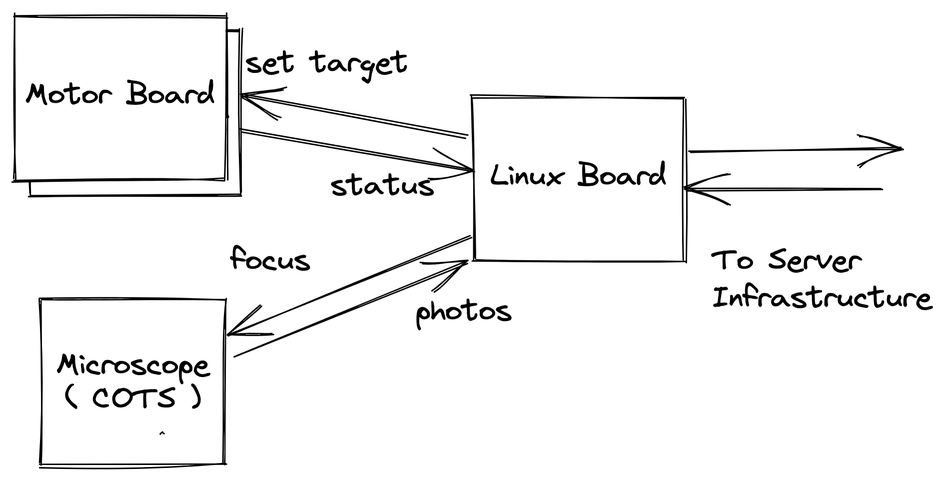
Earlier version of the Excalidraw export growth-device.excalidraw.png (alsuren/interview-2022-10-31). Source tidied: one line per element, renumbered; positions are measured from the earlier drawing's top-left corner, leaving out a move shared by most shapes. The source it was exported from:
```json
{"id": 0, "type": "rectangle", "strokeColor": "#000000", "backgroundColor": "#fff", "fillStyle": "solid", "strokeWidth": 1, "roughness": 1, "x": 10, "y": 10, "width": 140, "height": 110}
{"id": 1, "type": "text", "text": "Motor Board", "strokeColor": "#000000", "strokeWidth": 1, "roughness": 1, "fontSize": 20, "fontFamily": 1, "textAlign": "center", "verticalAlign": "middle", "inside": 0, "x": 15, "y": 52, "width": 130, "height": 25}
{"id": 2, "type": "rectangle", "strokeColor": "#000000", "backgroundColor": "#fff", "fillStyle": "solid", "strokeWidth": 1, "roughness": 1, "x": 0, "y": 0, "width": 140, "height": 110}
{"id": 3, "type": "text", "text": "Motor Board", "strokeColor": "#000000", "strokeWidth": 1, "roughness": 1, "fontSize": 20, "fontFamily": 1, "textAlign": "center", "verticalAlign": "middle", "inside": 2, "x": 5, "y": 42, "width": 130, "height": 25}
{"id": 4, "type": "text", "text": "set target", "strokeColor": "#000000", "strokeWidth": 1, "roughness": 1, "fontSize": 20, "fontFamily": 1, "x": 154, "y": 19, "width": 110, "height": 25}
{"id": 5, "type": "text", "text": "status", "strokeColor": "#000000", "strokeWidth": 1, "roughness": 1, "fontSize": 20, "fontFamily": 1, "x": 211, "y": 101, "width": 70, "height": 25}
{"id": 6, "type": "rectangle", "strokeColor": "#000000", "strokeWidth": 1, "roughness": 1, "x": 306, "y": 54, "width": 140, "height": 110}
{"id": 7, "type": "text", "text": "Linux Board", "strokeColor": "#000000", "strokeWidth": 1, "roughness": 1, "fontSize": 20, "fontFamily": 1, "textAlign": "center", "verticalAlign": "middle", "inside": 6, "x": 311, "y": 97, "width": 130, "height": 25}
{"id": 8, "type": "arrow", "strokeColor": "#000000", "strokeWidth": 1, "roughness": 1, "endArrowhead": "arrow", "from": 6, "to": 4, "x": 302, "y": 81, "width": 151, "height": 28, "points": [[0, 0], [-151, -28]]}
{"id": 9, "type": "arrow", "strokeColor": "#000000", "strokeWidth": 1, "roughness": 1, "endArrowhead": "arrow", "from": 2, "to": 6, "x": 151, "y": 77, "width": 154, "height": 26, "points": [[0, 0], [154, 26]]}
{"id": 10, "type": "rectangle", "strokeColor": "#000000", "strokeWidth": 1, "roughness": 1, "x": 17, "y": 191, "width": 123, "height": 110}
{"id": 11, "type": "text", "text": "Microscope\n( COTS )", "strokeColor": "#000000", "strokeWidth": 1, "roughness": 1, "fontSize": 20, "fontFamily": 1, "textAlign": "center", "verticalAlign": "middle", "inside": 10, "x": 22, "y": 222, "width": 113, "height": 46}
{"id": 12, "type": "arrow", "strokeColor": "#000000", "strokeWidth": 1, "roughness": 1, "endArrowhead": "arrow", "from": 6, "to": 10, "x": 304, "y": 149, "width": 161, "height": 65, "points": [[0, 0], [-161, 65]]}
{"id": 13, "type": "text", "text": "focus", "strokeColor": "#000000", "strokeWidth": 1, "roughness": 1, "fontSize": 20, "fontFamily": 1, "x": 144, "y": 151, "width": 54, "height": 25}
{"id": 14, "type": "arrow", "strokeColor": "#000000", "strokeWidth": 1, "roughness": 1, "endArrowhead": "arrow", "from": 10, "to": 6, "x": 147, "y": 228, "width": 155, "height": 63, "points": [[0, 0], [155, -63]]}
{"id": 15, "type": "text", "text": "photos", "strokeColor": "#000000", "strokeWidth": 1, "roughness": 1, "fontSize": 20, "fontFamily": 1, "x": 267, "y": 185, "width": 65, "height": 25}
{"id": 16, "type": "arrow", "strokeColor": "#000000", "strokeWidth": 1, "roughness": 1, "endArrowhead": "arrow", "from": 6, "x": 450, "y": 91, "width": 140, "height": 2, "points": [[0, 0], [140, -2]]}
{"id": 17, "type": "arrow", "strokeColor": "#000000", "strokeWidth": 1, "roughness": 1, "endArrowhead": "arrow", "to": 6, "x": 578, "y": 115, "width": 131, "height": 1, "points": [[0, 0], [-131, 1]]}
{"id": 18, "type": "text", "text": "To Server\nInfrastructure", "strokeColor": "#000000", "strokeWidth": 1, "roughness": 1, "fontSize": 20, "fontFamily": 1, "x": 465, "y": 151, "width": 147, "height": 50}
{"id": 19, "type": "arrow", "strokeColor": "#000000", "strokeWidth": 1, "roughness": 1, "endArrowhead": "arrow", "x": 99, "y": 280, "width": 0, "height": 0, "points": [[0, 0], [0, 0]]}
```
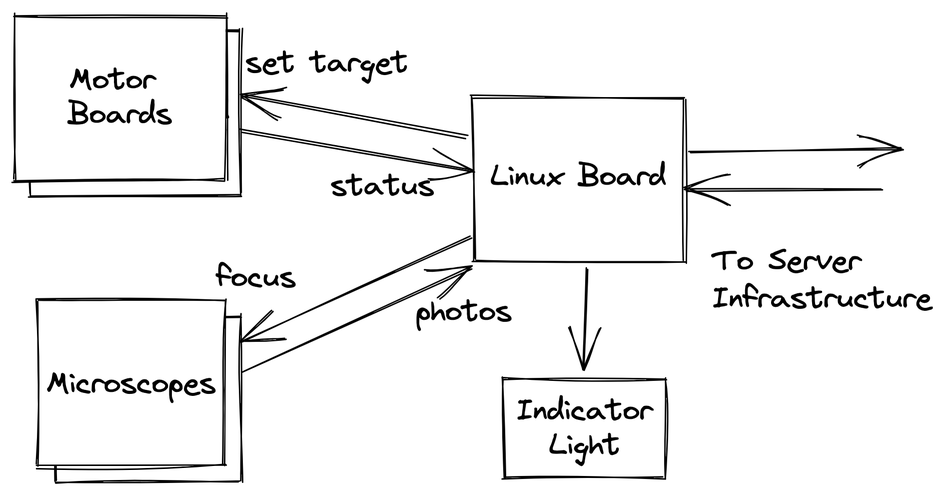
Later version of the same file.

Commit message:
flesh out growth device notes; add dashboard screenshot to appendix

The edit, as a diff of the source:
```diff
@@ -1,20 +1,24 @@
+{"id": 20, "type": "rectangle", "strokeColor": "#000000", "backgroundColor": "#fff", "fillStyle": "solid", "strokeWidth": 1, "roughness": 1, "x": 27, "y": 201, "width": 123, "height": 110}
+{"id": 21, "type": "text", "text": "USB\nMicroscope\n\n( COTS )", "strokeColor": "#000000", "strokeWidth": 1, "roughness": 1, "fontSize": 20, "fontFamily": 1, "textAlign": "center", "verticalAlign": "middle", "inside": 20, "x": 32, "y": 209, "width": 113, "height": 92}
 {"id": 0, "type": "rectangle", "strokeColor": "#000000", "backgroundColor": "#fff", "fillStyle": "solid", "strokeWidth": 1, "roughness": 1, "x": 10, "y": 10, "width": 140, "height": 110}
 {"id": 1, "type": "text", "text": "Motor Board", "strokeColor": "#000000", "strokeWidth": 1, "roughness": 1, "fontSize": 20, "fontFamily": 1, "textAlign": "center", "verticalAlign": "middle", "inside": 0, "x": 15, "y": 52, "width": 130, "height": 25}
 {"id": 2, "type": "rectangle", "strokeColor": "#000000", "backgroundColor": "#fff", "fillStyle": "solid", "strokeWidth": 1, "roughness": 1, "x": 0, "y": 0, "width": 140, "height": 110}
-{"id": 3, "type": "text", "text": "Motor Board", "strokeColor": "#000000", "strokeWidth": 1, "roughness": 1, "fontSize": 20, "fontFamily": 1, "textAlign": "center", "verticalAlign": "middle", "inside": 2, "x": 5, "y": 42, "width": 130, "height": 25}
+{"id": 3, "type": "text", "text": "Motor \nBoards", "strokeColor": "#000000", "strokeWidth": 1, "roughness": 1, "fontSize": 20, "fontFamily": 1, "textAlign": "center", "verticalAlign": "middle", "inside": 2, "x": 5, "y": 32, "width": 130, "height": 46}
 {"id": 4, "type": "text", "text": "set target", "strokeColor": "#000000", "strokeWidth": 1, "roughness": 1, "fontSize": 20, "fontFamily": 1, "x": 154, "y": 19, "width": 110, "height": 25}
 {"id": 5, "type": "text", "text": "status", "strokeColor": "#000000", "strokeWidth": 1, "roughness": 1, "fontSize": 20, "fontFamily": 1, "x": 211, "y": 101, "width": 70, "height": 25}
 {"id": 6, "type": "rectangle", "strokeColor": "#000000", "strokeWidth": 1, "roughness": 1, "x": 306, "y": 54, "width": 140, "height": 110}
 {"id": 7, "type": "text", "text": "Linux Board", "strokeColor": "#000000", "strokeWidth": 1, "roughness": 1, "fontSize": 20, "fontFamily": 1, "textAlign": "center", "verticalAlign": "middle", "inside": 6, "x": 311, "y": 97, "width": 130, "height": 25}
 {"id": 8, "type": "arrow", "strokeColor": "#000000", "strokeWidth": 1, "roughness": 1, "endArrowhead": "arrow", "from": 6, "to": 4, "x": 302, "y": 81, "width": 151, "height": 28, "points": [[0, 0], [-151, -28]]}
 {"id": 9, "type": "arrow", "strokeColor": "#000000", "strokeWidth": 1, "roughness": 1, "endArrowhead": "arrow", "from": 2, "to": 6, "x": 151, "y": 77, "width": 154, "height": 26, "points": [[0, 0], [154, 26]]}
-{"id": 10, "type": "rectangle", "strokeColor": "#000000", "strokeWidth": 1, "roughness": 1, "x": 17, "y": 191, "width": 123, "height": 110}
+{"id": 10, "type": "rectangle", "strokeColor": "#000000", "backgroundColor": "#fff", "fillStyle": "solid", "strokeWidth": 1, "roughness": 1, "x": 15, "y": 191, "width": 125, "height": 110}
-{"id": 11, "type": "text", "text": "Microscope\n( COTS )", "strokeColor": "#000000", "strokeWidth": 1, "roughness": 1, "fontSize": 20, "fontFamily": 1, "textAlign": "center", "verticalAlign": "middle", "inside": 10, "x": 22, "y": 222, "width": 113, "height": 46}
+{"id": 11, "type": "text", "text": "Microscopes", "strokeColor": "#000000", "strokeWidth": 1, "roughness": 1, "fontSize": 20, "fontFamily": 1, "textAlign": "center", "verticalAlign": "middle", "inside": 10, "x": 20, "y": 234, "width": 115, "height": 23}
-{"id": 12, "type": "arrow", "strokeColor": "#000000", "strokeWidth": 1, "roughness": 1, "endArrowhead": "arrow", "from": 6, "to": 10, "x": 304, "y": 149, "width": 161, "height": 65, "points": [[0, 0], [-161, 65]]}
+{"id": 12, "type": "arrow", "strokeColor": "#000000", "strokeWidth": 1, "roughness": 1, "endArrowhead": "arrow", "from": 6, "to": 10, "x": 304, "y": 149, "width": 152, "height": 69, "points": [[0, 0], [-152, 69]]}
-{"id": 13, "type": "text", "text": "focus", "strokeColor": "#000000", "strokeWidth": 1, "roughness": 1, "fontSize": 20, "fontFamily": 1, "x": 144, "y": 151, "width": 54, "height": 25}
+{"id": 13, "type": "text", "text": "focus", "strokeColor": "#000000", "strokeWidth": 1, "roughness": 1, "fontSize": 20, "fontFamily": 1, "x": 134, "y": 162, "width": 54, "height": 25}
-{"id": 14, "type": "arrow", "strokeColor": "#000000", "strokeWidth": 1, "roughness": 1, "endArrowhead": "arrow", "from": 10, "to": 6, "x": 147, "y": 228, "width": 155, "height": 63, "points": [[0, 0], [155, -63]]}
+{"id": 14, "type": "arrow", "strokeColor": "#000000", "strokeWidth": 1, "roughness": 1, "endArrowhead": "arrow", "from": 10, "to": 6, "x": 152, "y": 238, "width": 152, "height": 69, "points": [[0, 0], [152, -69]]}
 {"id": 15, "type": "text", "text": "photos", "strokeColor": "#000000", "strokeWidth": 1, "roughness": 1, "fontSize": 20, "fontFamily": 1, "x": 267, "y": 185, "width": 65, "height": 25}
 {"id": 16, "type": "arrow", "strokeColor": "#000000", "strokeWidth": 1, "roughness": 1, "endArrowhead": "arrow", "from": 6, "x": 450, "y": 91, "width": 140, "height": 2, "points": [[0, 0], [140, -2]]}
 {"id": 17, "type": "arrow", "strokeColor": "#000000", "strokeWidth": 1, "roughness": 1, "endArrowhead": "arrow", "to": 6, "x": 578, "y": 115, "width": 131, "height": 1, "points": [[0, 0], [-131, 1]]}
 {"id": 18, "type": "text", "text": "To Server\nInfrastructure", "strokeColor": "#000000", "strokeWidth": 1, "roughness": 1, "fontSize": 20, "fontFamily": 1, "x": 465, "y": 151, "width": 147, "height": 50}
-{"id": 19, "type": "arrow", "strokeColor": "#000000", "strokeWidth": 1, "roughness": 1, "endArrowhead": "arrow", "x": 99, "y": 280, "width": 0, "height": 0, "points": [[0, 0], [0, 0]]}
+{"id": 22, "type": "rectangle", "strokeColor": "#000000", "backgroundColor": "#fff", "fillStyle": "solid", "strokeWidth": 1, "roughness": 1, "x": 326, "y": 243, "width": 108, "height": 66}
+{"id": 23, "type": "text", "text": "Indicator\nLight", "strokeColor": "#000000", "backgroundColor": "#fff", "fillStyle": "solid", "strokeWidth": 1, "roughness": 1, "fontSize": 20, "fontFamily": 1, "textAlign": "center", "verticalAlign": "middle", "inside": 22, "x": 331, "y": 252, "width": 98, "height": 46}
+{"id": 24, "type": "arrow", "strokeColor": "#000000", "backgroundColor": "#fff", "fillStyle": "solid", "strokeWidth": 1, "roughness": 1, "endArrowhead": "arrow", "from": 6, "to": 22, "x": 381, "y": 170, "width": 2, "height": 65, "points": [[0, 0], [-2, 65]]}
```
